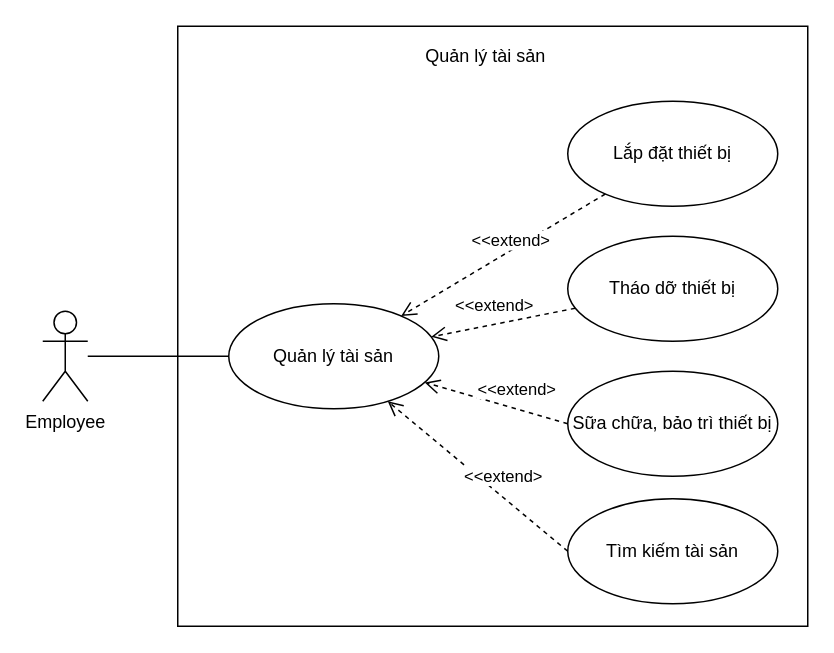
Before: page "QL tài sản" (2 of 5) of PJ 2B usecase diagram.drawio in LocalHost127000/OODA, a draw.io diagram. Source tidied: cells renumbered, new cells numbered last; positions are measured from the earlier drawing's top-left corner, leaving out a move shared by most shapes. Both pictures are drawn from the tidied source at 150%, with x=0, y=0 at pixel (42, 26).
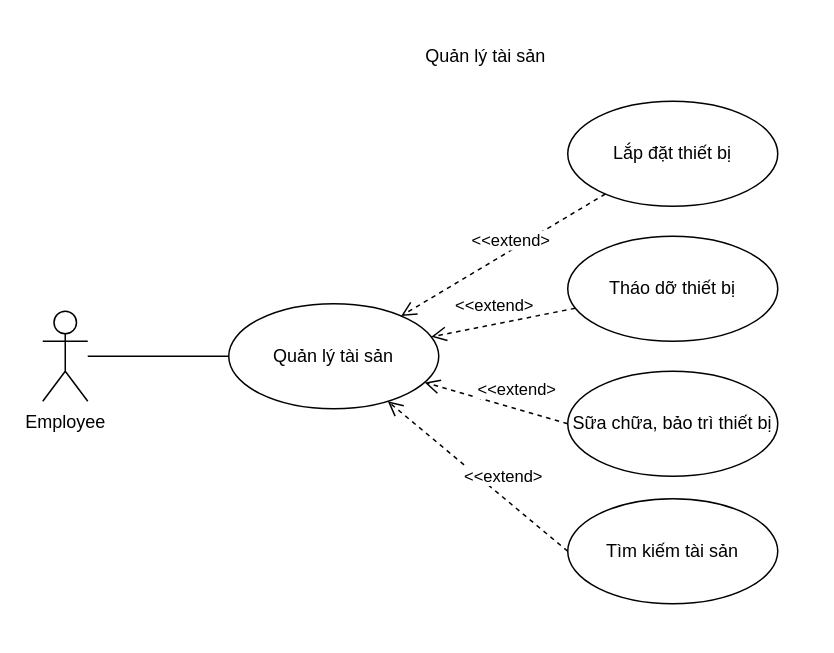
Above is the later version.

The edit, as a diff of the source:
```diff
@@
 <mxGraphModel>
   <root>
     <mxCell id="0" />
     <mxCell id="1" parent="0" />
-    <mxCell id="2" style="rounded=0;whiteSpace=wrap;html=1;fillColor=none;" parent="1" vertex="1">
-      <mxGeometry x="90" width="420" height="400" as="geometry" />
-    </mxCell>
     <mxCell id="3" value="Lắp đặt thiết bị" style="ellipse;whiteSpace=wrap;html=1;fillColor=none;" parent="1" vertex="1">
       <mxGeometry x="350" y="50" width="140" height="70" as="geometry" />
     </mxCell>
     <mxCell id="4" value="Tháo dỡ thiết bị" style="ellipse;whiteSpace=wrap;html=1;fillColor=none;" parent="1" vertex="1">
       <mxGeometry x="350" y="140" width="140" height="70" as="geometry" />
     </mxCell>
     <mxCell id="5" value="Sữa chữa, bảo trì thiết bị" style="ellipse;whiteSpace=wrap;html=1;fillColor=none;" parent="1" vertex="1">
       <mxGeometry x="350" y="230" width="140" height="70" as="geometry" />
     </mxCell>
     <mxCell id="6" value="Quản lý tài sản" style="ellipse;whiteSpace=wrap;html=1;fillColor=none;" parent="1" vertex="1">
       <mxGeometry x="124" y="185" width="140" height="70" as="geometry" />
     </mxCell>
     <mxCell id="7" value="&amp;lt;&amp;lt;extend&amp;gt;" style="html=1;verticalAlign=bottom;endArrow=open;dashed=1;endSize=8;strokeWidth=1;" parent="1" edge="1" source="3" target="6">
       <mxGeometry x="-0.06" y="2" relative="1" as="geometry" />
     </mxCell>
     <mxCell id="8" value="&amp;lt;&amp;lt;extend&amp;gt;" style="html=1;verticalAlign=bottom;endArrow=open;dashed=1;endSize=8;strokeWidth=1;" parent="1" edge="1" source="4" target="6">
       <mxGeometry x="0.1" y="-4" relative="1" as="geometry" />
     </mxCell>
     <mxCell id="9" value="&amp;lt;&amp;lt;extend&amp;gt;" style="html=1;verticalAlign=bottom;endArrow=open;dashed=1;endSize=8;strokeWidth=1;exitX=0;exitY=0.5;exitDx=0;exitDy=0;" parent="1" edge="1" source="5" target="6">
       <mxGeometry x="-0.25" y="-4" relative="1" as="geometry" />
     </mxCell>
     <mxCell id="10" style="edgeStyle=orthogonalEdgeStyle;rounded=0;jettySize=auto;html=1;endArrow=none;endFill=0;" parent="1" edge="1" source="11" target="6">
       <mxGeometry relative="1" as="geometry" />
     </mxCell>
     <mxCell id="11" value="Employee" style="shape=umlActor;verticalLabelPosition=bottom;verticalAlign=top;html=1;outlineConnect=0;fillColor=none;" parent="1" vertex="1">
       <mxGeometry y="190" width="30" height="60" as="geometry" />
     </mxCell>
     <mxCell id="12" value="Quản lý tài sản" style="text;html=1;strokeColor=none;fillColor=none;align=center;verticalAlign=middle;whiteSpace=wrap;rounded=0;" parent="1" vertex="1">
       <mxGeometry x="232.5" y="10" width="125" height="20" as="geometry" />
     </mxCell>
     <mxCell id="13" value="Tìm kiếm tài sản" style="ellipse;whiteSpace=wrap;html=1;" parent="1" vertex="1">
       <mxGeometry x="350" y="315" width="140" height="70" as="geometry" />
     </mxCell>
     <mxCell id="14" value="&amp;lt;&amp;lt;extend&amp;gt;" style="html=1;verticalAlign=bottom;endArrow=open;dashed=1;endSize=8;strokeWidth=1;exitX=0;exitY=0.5;exitDx=0;exitDy=0;" parent="1" edge="1" source="13" target="6">
       <mxGeometry x="-0.25" y="-4" relative="1" as="geometry" />
     </mxCell>
   </root>
 </mxGraphModel>
```
